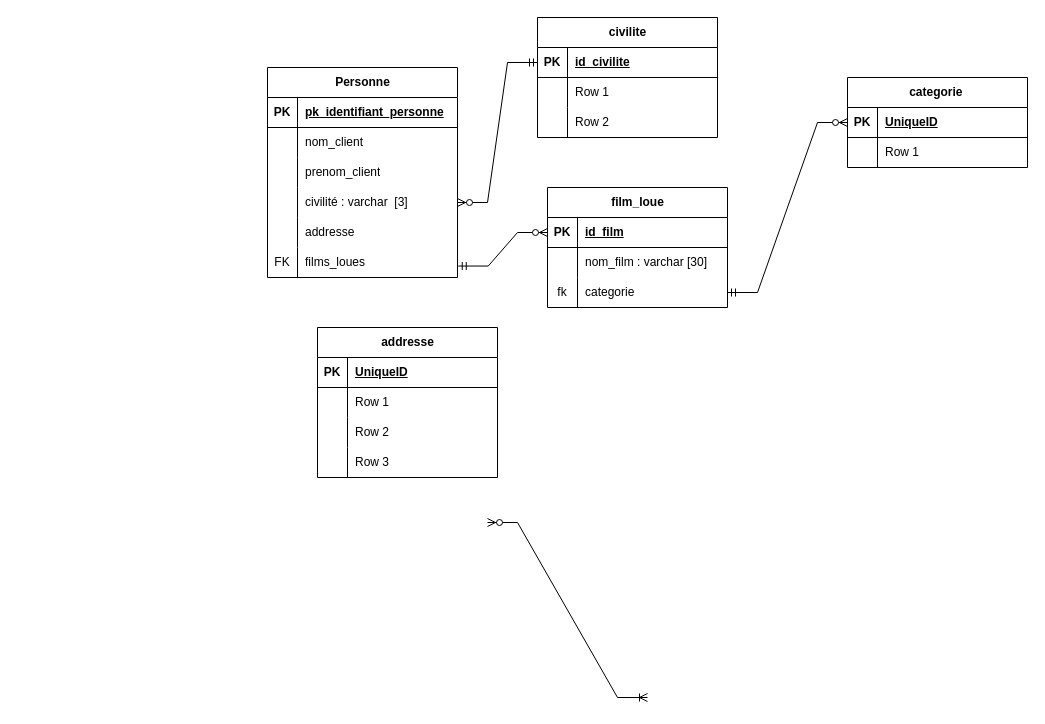
Above: Lab 1.drawio in franck-code/tests (draw.io), before the change. Source tidied: cells renumbered, new cells numbered last; positions are measured from the earlier drawing's top-left corner, leaving out a move shared by most shapes. Both pictures are drawn from the tidied source at 100%, with x=0, y=0 at pixel (267, 17).
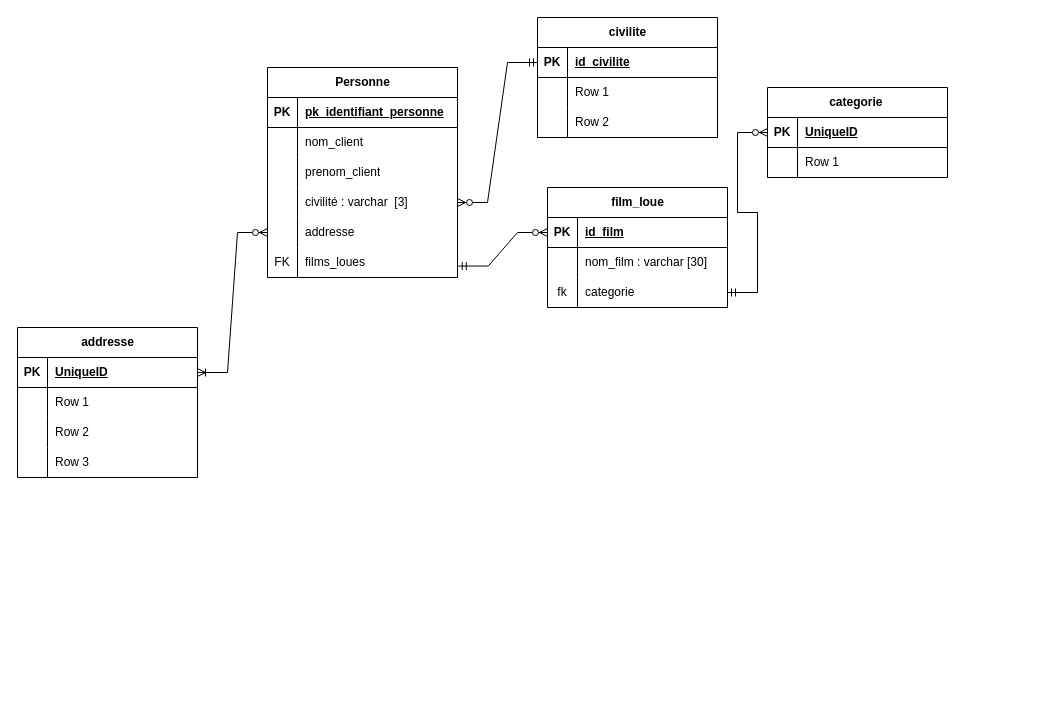
The same diagram, later.

The change refers to these unchanged cells:
```xml
<mxCell id="36" style="shape=tableRow;horizontal=0;startSize=0;swimlaneHead=0;swimlaneBody=0;fillColor=none;points=[[0,0.5],[1,0.5]];portConstraint=eastwest;top=0;left=0;right=0;bottom=0;" parent="23" vertex="1">
  <mxGeometry y="150" width="190" height="30" as="geometry" />
</mxCell>
<mxCell id="53" style="shape=tableRow;horizontal=0;startSize=0;swimlaneHead=0;swimlaneBody=0;fillColor=none;points=[[0,0.5],[1,0.5]];portConstraint=eastwest;top=0;left=0;right=0;bottom=1;" parent="52" vertex="1">
  <mxGeometry y="30" width="180" height="30" as="geometry" />
</mxCell>
```

Change to the diagram source:
```diff
@@
-    <mxCell id="43" style="edgeStyle=entityRelationEdgeStyle;fontSize=12;html=1;endArrow=ERoneToMany;startArrow=ERzeroToMany;rounded=0;entryX=0;entryY=0.5;entryDx=0;entryDy=0;exitX=1;exitY=0.5;exitDx=0;exitDy=0;" parent="1" edge="1">
-      <mxGeometry relative="1" as="geometry">
-        <mxPoint x="220" y="505" as="sourcePoint" />
-        <mxPoint x="380" y="680" as="targetPoint" />
-      </mxGeometry>
+    <mxCell id="43" style="edgeStyle=entityRelationEdgeStyle;fontSize=12;html=1;endArrow=ERoneToMany;startArrow=ERzeroToMany;rounded=0;entryX=1;entryY=0.5;entryDx=0;entryDy=0;exitX=0;exitY=0.5;exitDx=0;exitDy=0;" parent="1" edge="1" source="36" target="53">
+      <mxGeometry relative="1" as="geometry" />
     </mxCell>
     <mxCell id="44" value="categorie&amp;nbsp;" style="shape=table;startSize=30;childLayout=tableLayout;rowLines=0;fontStyle=1;align=center;html=1;" parent="1" vertex="1">
-      <mxGeometry x="580" y="60" width="180" height="90" as="geometry" />
+      <mxGeometry x="500" y="70" width="180" height="90" as="geometry" />
     </mxCell>
@@
     <mxCell id="52" value="addresse" style="shape=table;startSize=30;childLayout=tableLayout;rowLines=0;fontStyle=1;align=center;html=1;" parent="1" vertex="1">
-      <mxGeometry x="50" y="310" width="180" height="150" as="geometry" />
+      <mxGeometry x="-250" y="310" width="180" height="150" as="geometry" />
     </mxCell>
```
